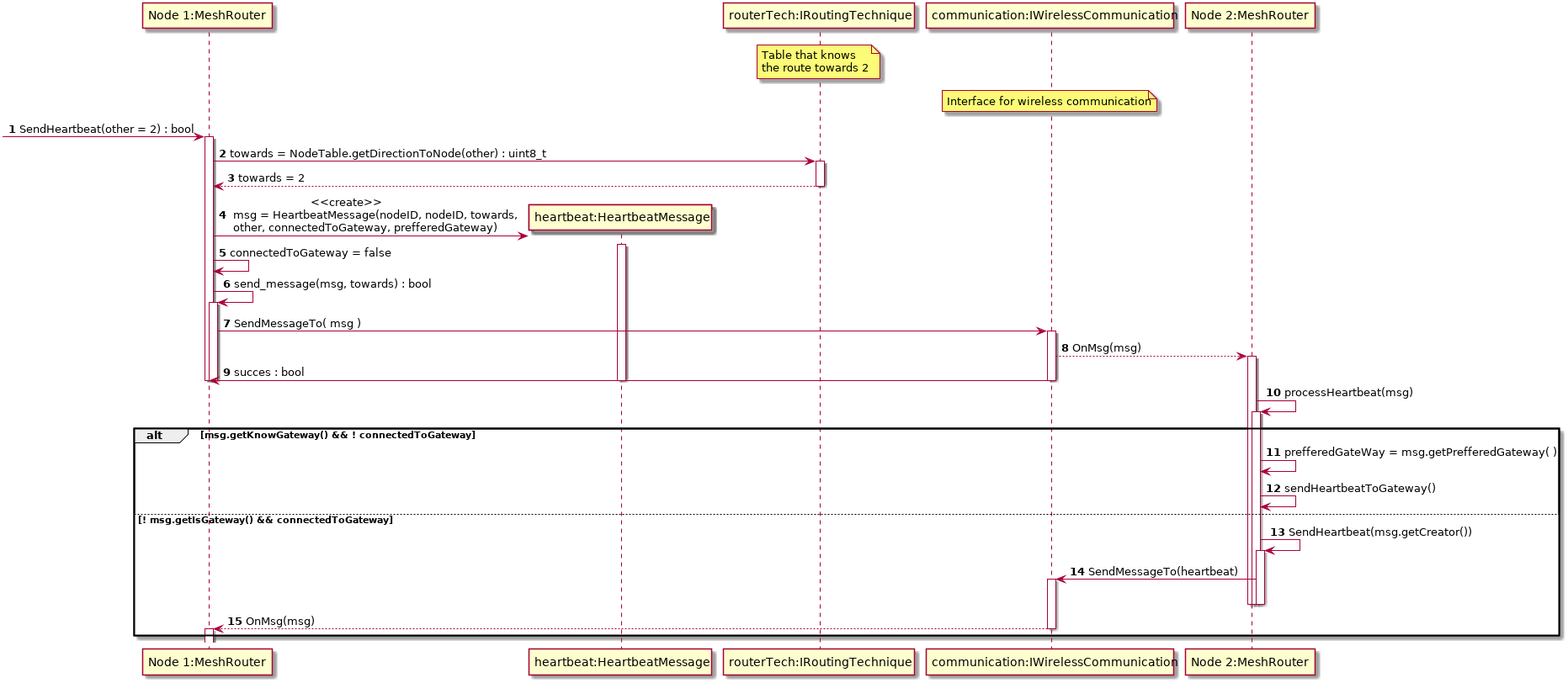
Before: Docs/DesignDocumenten/UML/out/Communication/Sequence/RouterHeartbeatRouter/RouterHeartbeatRouter.png, a diagram exported from PlantUML (mauriceberentsen/Automated-Drone-Distribution-Network). Its diagram source:
```plantuml
@startuml
autonumber
participant "Node 1:MeshRouter" as 1
participant "heartbeat:HeartbeatMessage" as 1m
participant "routerTech:IRoutingTechnique" as 1NT
note over 1NT: Table that knows\nthe route towards 2
participant "communication:IWirelessCommunication" as IWS
note over IWS: Interface for wireless communication
participant "Node 2:MeshRouter" as 2


[-> 1  : SendHeartbeat(other = 2) : bool
activate 1
1 -> 1NT ++: towards = NodeTable.getDirectionToNode(other) : uint8_t
return towards = 2
create 1m
1 -> 1m ++: \t\t\t<<create>>\n msg = HeartbeatMessage(nodeID, nodeID, towards,\n other, connectedToGateway, prefferedGateway)
1 -> 1 : connectedToGateway = false
1 -> 1 ++ : send_message(msg, towards) : bool
1 -> IWS++ : SendMessageTo( msg )
IWS --> 2 +: OnMsg(msg)
1 <- IWS --: succes : bool
deactivate 1m

deactivate 1
deactivate 1

2->2+:processHeartbeat(msg)
alt msg.getKnowGateway() && ! connectedToGateway
    2->2:prefferedGateWay = msg.getPrefferedGateway( )
    2->2:sendHeartbeatToGateway()
else ! msg.getIsGateway() && connectedToGateway
    2->2+:SendHeartbeat(msg.getCreator())
    2->IWS+:SendMessageTo(heartbeat)
    deactivate 2
    deactivate 2
    deactivate 2
    IWS --> 1- : OnMsg(msg)
    activate 1
end



@enduml
```
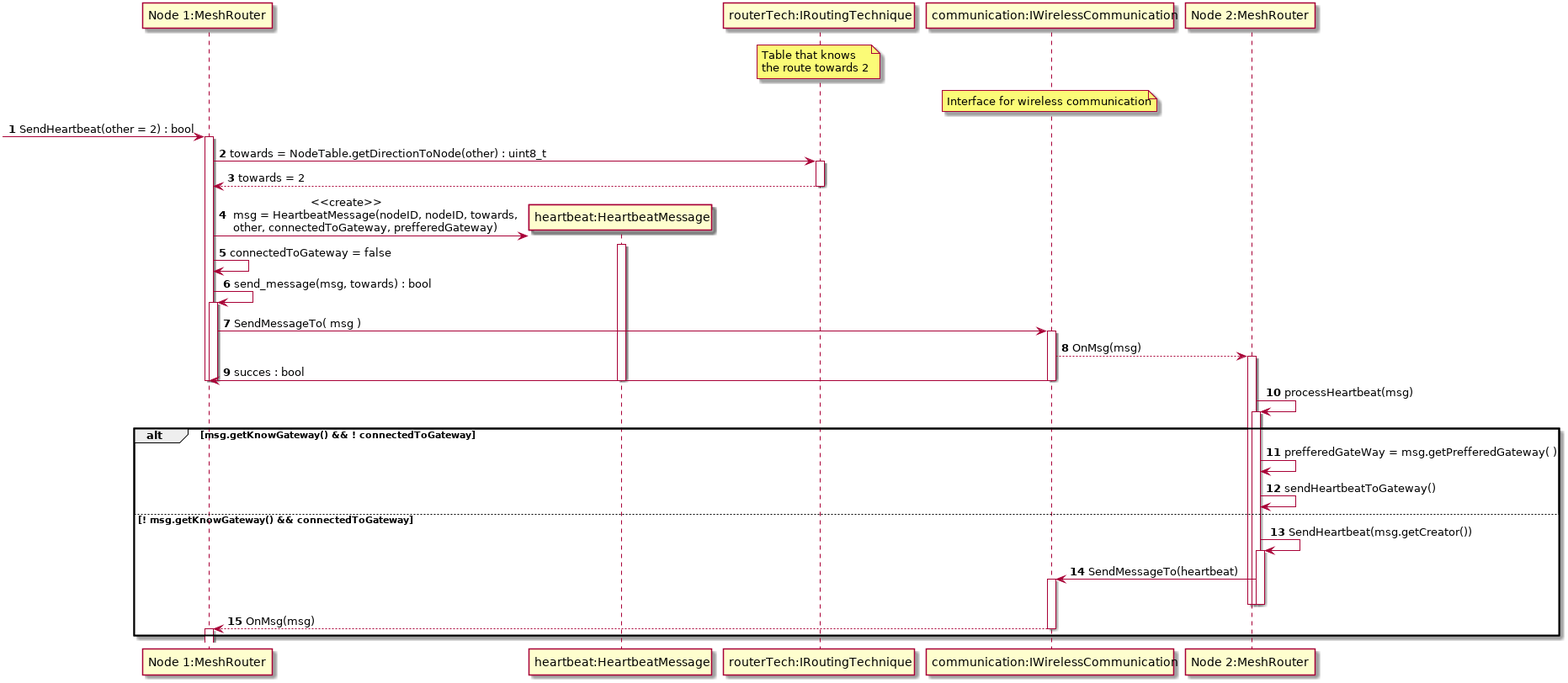
After the change.

What changed in the source:
```diff
@@ -29,7 +29,7 @@
 alt msg.getKnowGateway() && ! connectedToGateway
     2->2:prefferedGateWay = msg.getPrefferedGateway( )
     2->2:sendHeartbeatToGateway()
-else ! msg.getIsGateway() && connectedToGateway
+else ! msg.getKnowGateway() && connectedToGateway
     2->2+:SendHeartbeat(msg.getCreator())
     2->IWS+:SendMessageTo(heartbeat)
     deactivate 2
```
